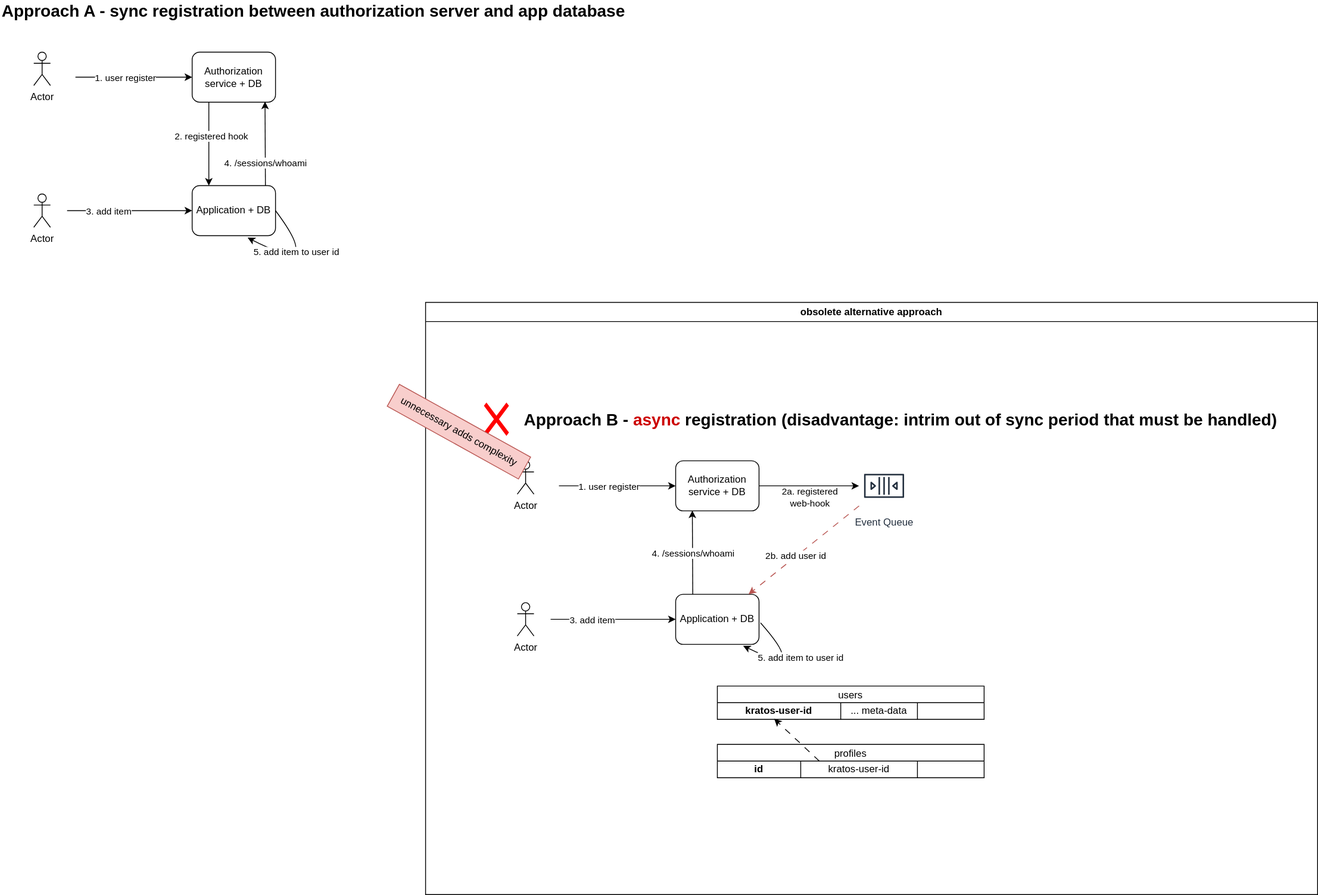
This is docs/application-user-integration.drawio.svg from szn-app/donation-app, a draw.io export, as it was before one commit. Source tidied: cells renumbered, new cells last; positions are measured from the earlier drawing's top-left corner, leaving out a move shared by most shapes.
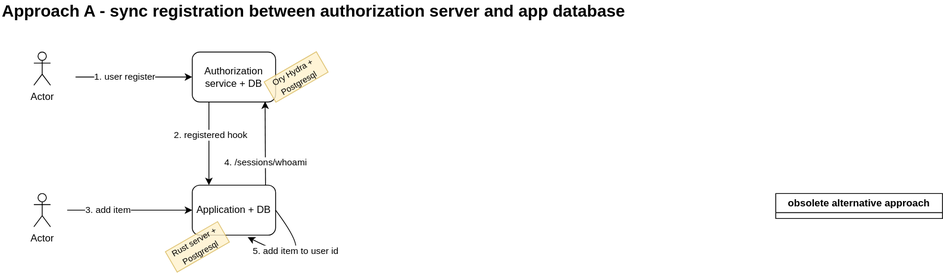
Above is the later version.

Commit message:
docs: authorization approach for GraphQL & REST APIs;

What changed in the source:
```diff
@@ -60,118 +60,14 @@
     <mxCell id="16" value="&lt;b&gt;&lt;font style=&quot;font-size: 20px;&quot;&gt;Approach A - sync registration between authorization server and app database&lt;/font&gt;&lt;/b&gt;" style="text;html=1;align=left;verticalAlign=middle;whiteSpace=wrap;rounded=0;" parent="1" vertex="1">
       <mxGeometry width="900" height="20" as="geometry" />
     </mxCell>
-    <mxCell id="17" value="obsolete alternative approach" style="swimlane;whiteSpace=wrap;html=1;" parent="1" vertex="1">
-      <mxGeometry x="510" y="360" width="1070" height="710" as="geometry" />
+    <mxCell id="17" value="obsolete alternative approach" style="swimlane;whiteSpace=wrap;html=1;" parent="1" vertex="1" collapsed="1">
+      <mxGeometry x="930" y="230" width="200" height="30" as="geometry" />
     </mxCell>
-    <mxCell id="18" value="Authorization service + DB" style="rounded=1;whiteSpace=wrap;html=1;" parent="17" vertex="1">
-      <mxGeometry x="300" y="190" width="100" height="60" as="geometry" />
-    </mxCell>
-    <mxCell id="19" value="Application + DB" style="rounded=1;whiteSpace=wrap;html=1;" parent="17" vertex="1">
-      <mxGeometry x="300" y="350" width="100" height="60" as="geometry" />
-    </mxCell>
-    <mxCell id="20" style="endArrow=classic;html=1;" parent="17" edge="1" target="18">
-      <mxGeometry relative="1" as="geometry">
-        <mxPoint x="160" y="220" as="sourcePoint" />
-      </mxGeometry>
-    </mxCell>
-    <mxCell id="21" value="1. user register" style="edgeLabel;html=1;align=center;verticalAlign=middle;" parent="20" vertex="1">
-      <mxGeometry x="-0.16" relative="1" as="geometry" />
-    </mxCell>
-    <mxCell id="22" style="endArrow=classic;html=1;exitX=1;exitY=0.5;exitDx=0;exitDy=0;" parent="17" edge="1" source="18" target="33">
-      <mxGeometry relative="1" as="geometry" />
-    </mxCell>
-    <mxCell id="23" value="2a. registered&lt;br&gt;web-hook" style="edgeLabel;html=1;align=center;verticalAlign=middle;" parent="22" vertex="1">
-      <mxGeometry x="-0.51" y="2" relative="1" as="geometry">
-        <mxPoint x="31" y="15" as="offset" />
-      </mxGeometry>
-    </mxCell>
-    <mxCell id="24" style="endArrow=classic;html=1;" parent="17" edge="1" target="19">
-      <mxGeometry relative="1" as="geometry">
-        <mxPoint x="150" y="380" as="sourcePoint" />
-      </mxGeometry>
-    </mxCell>
-    <mxCell id="25" value="3. add item" style="edgeLabel;html=1;align=center;verticalAlign=middle;" parent="24" vertex="1">
-      <mxGeometry x="-0.35" relative="1" as="geometry" />
-    </mxCell>
-    <mxCell id="26" style="endArrow=classic;html=1;entryX=0.874;entryY=0.989;entryDx=0;entryDy=0;entryPerimeter=0;exitX=0.879;exitY=-0.004;exitDx=0;exitDy=0;exitPerimeter=0;" parent="17" edge="1">
-      <mxGeometry relative="1" as="geometry">
-        <mxPoint x="320.5" y="350" as="sourcePoint" />
-        <mxPoint x="320" y="249.6" as="targetPoint" />
-      </mxGeometry>
-    </mxCell>
-    <mxCell id="27" value="4. /sessions/whoami" style="edgeLabel;html=1;align=center;verticalAlign=middle;" parent="26" vertex="1">
-      <mxGeometry x="-0.47" relative="1" as="geometry">
-        <mxPoint y="-23" as="offset" />
-      </mxGeometry>
-    </mxCell>
-    <mxCell id="28" style="curved=1;endArrow=classic;html=1;exitX=1.018;exitY=0.57;exitDx=0;exitDy=0;entryX=0.809;entryY=1.03;entryDx=0;entryDy=0;exitPerimeter=0;entryPerimeter=0;" parent="17" edge="1" source="19" target="19">
-      <mxGeometry relative="1" as="geometry">
-        <Array as="points">
-          <mxPoint x="460" y="450" />
-        </Array>
-      </mxGeometry>
-    </mxCell>
-    <mxCell id="29" value="5. add item to user id" style="edgeLabel;html=1;align=center;verticalAlign=middle;" parent="28" vertex="1">
-      <mxGeometry x="-0.48" y="-10" relative="1" as="geometry">
-        <mxPoint x="25" as="offset" />
-      </mxGeometry>
-    </mxCell>
-    <mxCell id="30" value="Actor" style="shape=umlActor;verticalLabelPosition=bottom;verticalAlign=top;html=1;" parent="17" vertex="1">
-      <mxGeometry x="110" y="190" width="20" height="40" as="geometry" />
-    </mxCell>
-    <mxCell id="31" value="Actor" style="shape=umlActor;verticalLabelPosition=bottom;verticalAlign=top;html=1;" parent="17" vertex="1">
-      <mxGeometry x="110" y="360" width="20" height="40" as="geometry" />
-    </mxCell>
-    <mxCell id="32" value="&lt;b&gt;&lt;font style=&quot;font-size: 20px;&quot;&gt;Approach B - &lt;font style=&quot;color: rgb(204, 0, 0);&quot;&gt;async&lt;/font&gt; registration (disadvantage: intrim out of sync period that must be handled)&lt;/font&gt;&lt;/b&gt;" style="text;html=1;align=center;verticalAlign=middle;whiteSpace=wrap;rounded=0;" parent="17" vertex="1">
-      <mxGeometry x="110" y="130" width="920" height="20" as="geometry" />
-    </mxCell>
-    <mxCell id="33" value="Event Queue" style="sketch=0;outlineConnect=0;fontColor=#232F3E;gradientColor=none;strokeColor=#232F3E;fillColor=#ffffff;dashed=0;verticalLabelPosition=bottom;verticalAlign=top;align=center;html=1;fontSize=12;fontStyle=0;shape=mxgraph.aws4.resourceIcon;resIcon=mxgraph.aws4.queue;" parent="17" vertex="1">
-      <mxGeometry x="520" y="190" width="60" height="60" as="geometry" />
-    </mxCell>
-    <mxCell id="34" style="endArrow=classic;html=1;dashed=1;dashPattern=8 8;fillColor=#f8cecc;strokeColor=#b85450;" parent="17" edge="1" source="33" target="19">
-      <mxGeometry relative="1" as="geometry" />
-    </mxCell>
-    <mxCell id="35" value="2b. add user id" style="edgeLabel;html=1;align=center;verticalAlign=middle;" parent="34" vertex="1">
-      <mxGeometry x="0.14" y="-2" relative="1" as="geometry" />
-    </mxCell>
-    <mxCell id="36" value="users" style="shape=table;startSize=20;strokeColor=default;fontSize=12;" parent="17" vertex="1">
-      <mxGeometry x="350" y="460" width="320" height="40" as="geometry" />
-    </mxCell>
-    <mxCell id="37" style="shape=tableRow;horizontal=0;startSize=0;swimlaneHead=0;swimlaneBody=0;strokeColor=inherit;top=0;left=0;bottom=0;right=0;fillColor=none;points=[[0,0.5],[1,0.5]];portConstraint=eastwest;fontSize=12;" parent="36" vertex="1">
-      <mxGeometry y="20" width="320" height="20" as="geometry" />
-    </mxCell>
-    <mxCell id="38" value="&lt;span style=&quot;color: rgb(0, 0, 0);&quot;&gt;&lt;b&gt;kratos-user-id&lt;/b&gt;&lt;/span&gt;" style="shape=partialRectangle;html=1;whiteSpace=wrap;strokeColor=inherit;overflow=hidden;fillColor=none;top=0;left=0;bottom=0;right=0;fontSize=12;" parent="37" vertex="1">
-      <mxGeometry width="148" height="20" as="geometry" />
-    </mxCell>
-    <mxCell id="39" value="&lt;span style=&quot;color: rgb(0, 0, 0);&quot;&gt;... meta-data&lt;/span&gt;" style="shape=partialRectangle;html=1;whiteSpace=wrap;strokeColor=inherit;overflow=hidden;fillColor=none;top=0;left=0;bottom=0;right=0;fontSize=12;" parent="37" vertex="1">
-      <mxGeometry x="148" width="92" height="20" as="geometry" />
-    </mxCell>
-    <mxCell id="40" style="shape=partialRectangle;html=1;whiteSpace=wrap;strokeColor=inherit;overflow=hidden;fillColor=none;top=0;left=0;bottom=0;right=0;fontSize=12;" parent="37" vertex="1">
-      <mxGeometry x="240" width="80" height="20" as="geometry" />
-    </mxCell>
-    <mxCell id="41" value="profiles" style="shape=table;startSize=20;strokeColor=default;fontSize=12;" parent="17" vertex="1">
-      <mxGeometry x="350" y="530" width="320" height="40" as="geometry" />
-    </mxCell>
-    <mxCell id="42" style="shape=tableRow;horizontal=0;startSize=0;swimlaneHead=0;swimlaneBody=0;strokeColor=inherit;top=0;left=0;bottom=0;right=0;fillColor=none;points=[[0,0.5],[1,0.5]];portConstraint=eastwest;fontSize=12;" parent="41" vertex="1">
-      <mxGeometry y="20" width="320" height="20" as="geometry" />
-    </mxCell>
-    <mxCell id="43" value="&lt;span style=&quot;color: rgb(0, 0, 0);&quot;&gt;&lt;b&gt;id&lt;/b&gt;&lt;/span&gt;" style="shape=partialRectangle;html=1;whiteSpace=wrap;strokeColor=inherit;overflow=hidden;fillColor=none;top=0;left=0;bottom=0;right=0;fontSize=12;" parent="42" vertex="1">
-      <mxGeometry width="100" height="20" as="geometry" />
-    </mxCell>
-    <mxCell id="44" value="&lt;span style=&quot;color: rgb(0, 0, 0);&quot;&gt;kratos-user-id&lt;/span&gt;" style="shape=partialRectangle;html=1;whiteSpace=wrap;strokeColor=inherit;overflow=hidden;fillColor=none;top=0;left=0;bottom=0;right=0;fontSize=12;" parent="42" vertex="1">
-      <mxGeometry x="100" width="140" height="20" as="geometry" />
-    </mxCell>
-    <mxCell id="45" style="shape=partialRectangle;html=1;whiteSpace=wrap;strokeColor=inherit;overflow=hidden;fillColor=none;top=0;left=0;bottom=0;right=0;fontSize=12;" parent="42" vertex="1">
-      <mxGeometry x="240" width="80" height="20" as="geometry" />
-    </mxCell>
-    <mxCell id="46" style="endArrow=classic;html=1;entryX=0.213;entryY=0.965;entryDx=0;entryDy=0;entryPerimeter=0;exitX=0.382;exitY=-0.003;exitDx=0;exitDy=0;exitPerimeter=0;dashed=1;dashPattern=8 8;" parent="17" edge="1" source="42" target="37">
-      <mxGeometry relative="1" as="geometry" />
-    </mxCell>
-    <mxCell id="47" style="shape=mxgraph.mockup.markup.redX;fillColor=#ff0000;html=1;shadow=0;whiteSpace=wrap;strokeColor=none;" parent="17" vertex="1">
-      <mxGeometry x="70" y="120" width="30" height="40" as="geometry" />
-    </mxCell>
-    <mxCell id="48" value="unnecessary adds complexity" style="text;html=1;align=center;verticalAlign=middle;strokeColor=#b85450;fillColor=#f8cecc;rotation=29;" parent="17" vertex="1">
-      <mxGeometry x="-50" y="140" width="180" height="30" as="geometry" />
-    </mxCell>
+    <mxCell id="49" value="&lt;font style=&quot;font-size: 10px;&quot;&gt;Ory Hydra + Postgresql&lt;/font&gt;" style="text;html=1;fillColor=#fff2cc;align=center;verticalAlign=middle;whiteSpace=wrap;rounded=0;rotation=-30;strokeColor=#d6b656;glass=0;fillOpacity=100;strokeOpacity=100;opacity=80;arcSize=12;" parent="1" vertex="1">
+      <mxGeometry x="318.4" y="75.9" width="72.3" height="28.2" as="geometry" />
+    </mxCell>
+    <mxCell id="50" value="&lt;font style=&quot;font-size: 10px;&quot;&gt;Rust server + Postgresql&lt;/font&gt;" style="text;html=1;fillColor=#fff2cc;align=center;verticalAlign=middle;whiteSpace=wrap;rounded=0;rotation=-30;strokeColor=#d6b656;glass=0;fillOpacity=100;strokeOpacity=100;opacity=80;arcSize=12;" parent="1" vertex="1">
+      <mxGeometry x="200" y="280" width="72.3" height="28.2" as="geometry" />
+    </mxCell>
   </root>
 </mxGraphModel>
```
